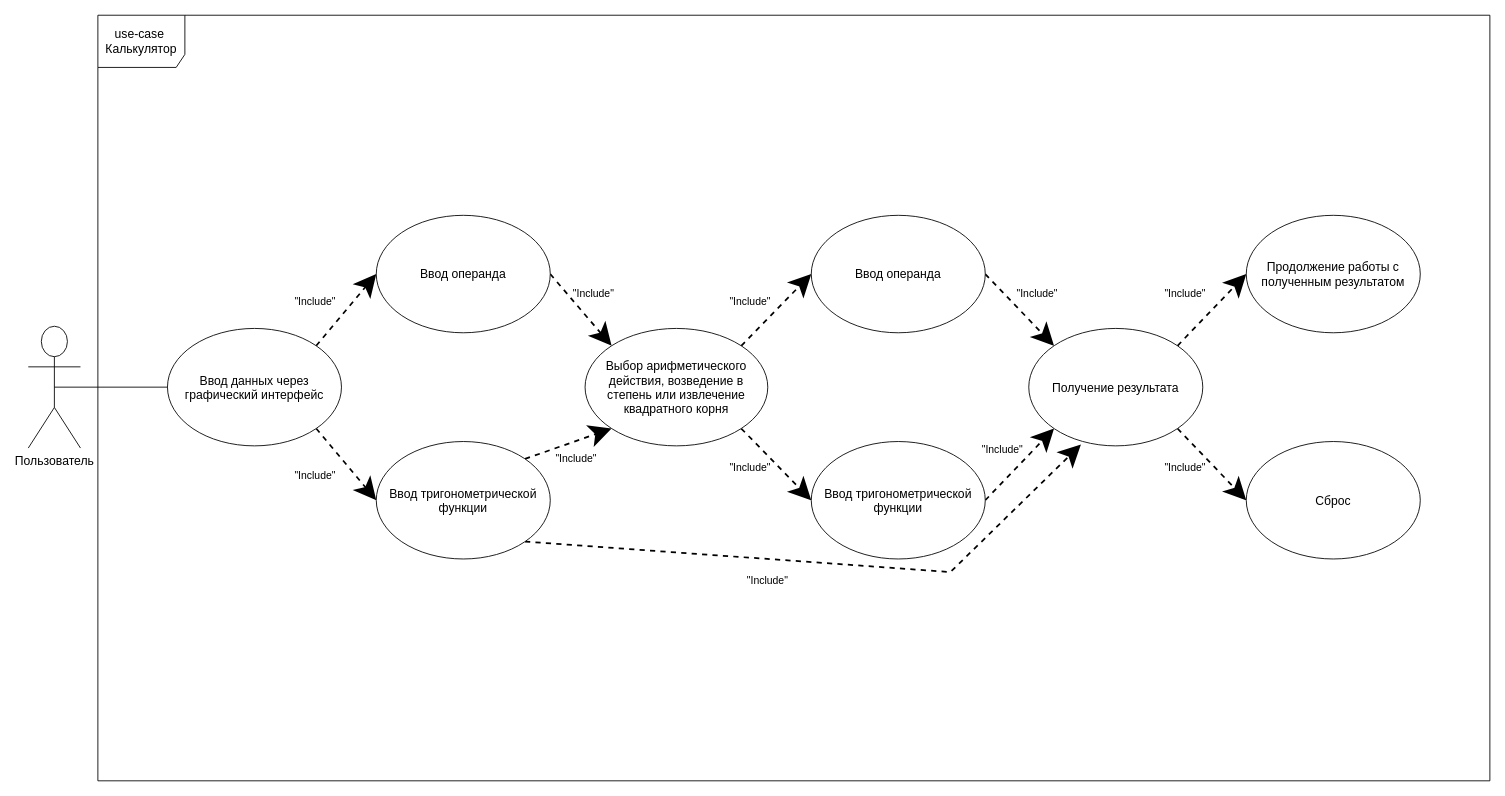
romankuz19/- keeps this draw.io diagram as Untitled Diagram.drawio. Above is the earlier version. Source tidied: cells renumbered, new cells numbered last; positions are measured from the earlier drawing's top-left corner, leaving out a move shared by most shapes. Both pictures are drawn from the tidied source at 87%, with x=0, y=0 at pixel (28, 15).
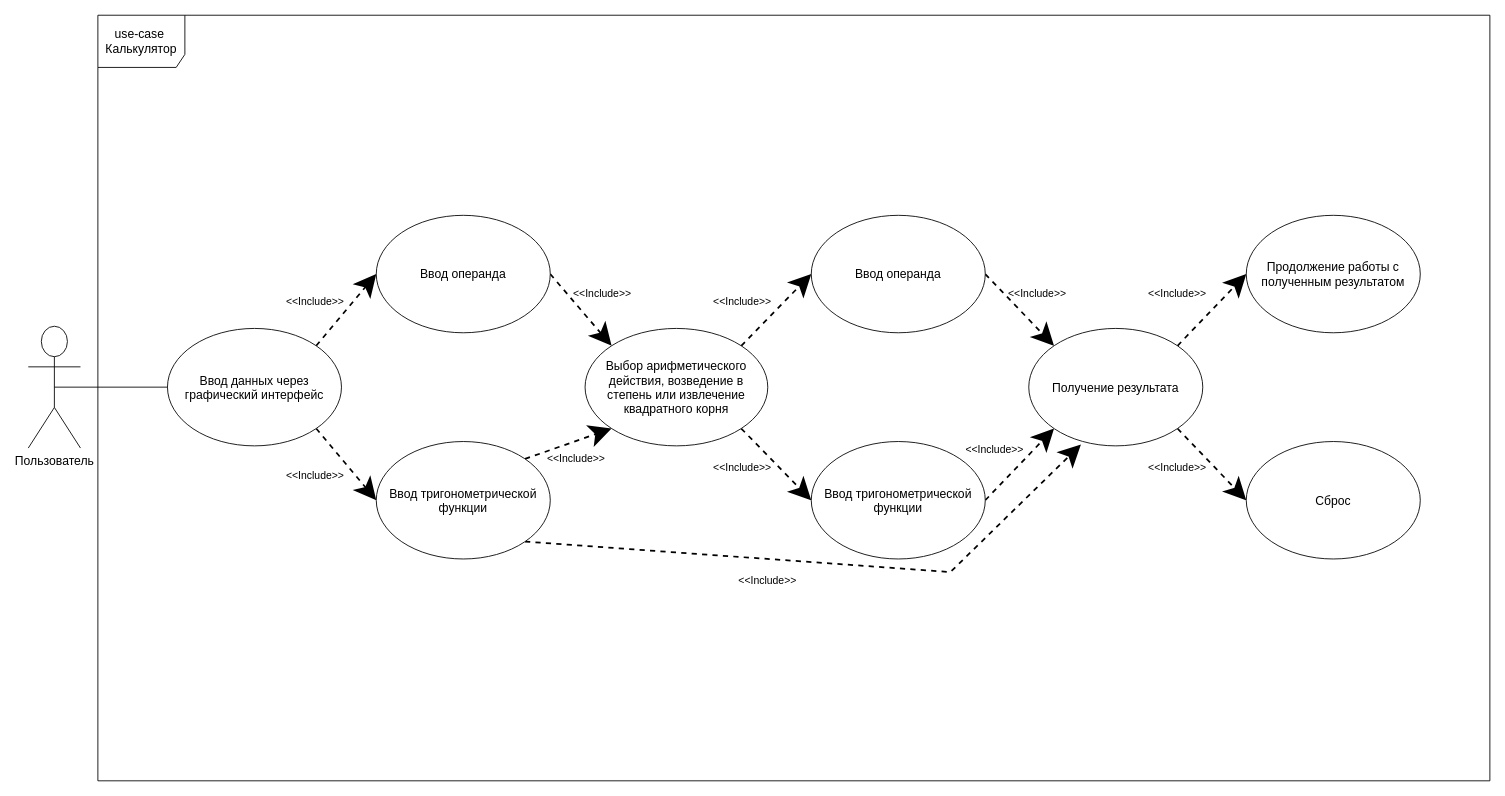
After the change.

Diff of the diagram source:
```diff
@@
-    <mxCell id="13" value="&quot;Include&quot;" style="text;html=1;strokeColor=none;fillColor=none;align=center;verticalAlign=middle;whiteSpace=wrap;rounded=0;shadow=0;" parent="1" vertex="1">
+    <mxCell id="13" value="&amp;lt;&amp;lt;Include&amp;gt;&amp;gt;" style="text;html=1;strokeColor=none;fillColor=none;align=center;verticalAlign=middle;whiteSpace=wrap;rounded=0;shadow=0;" parent="1" vertex="1">
       <mxGeometry x="310" y="320" width="40" height="20" as="geometry" />
     </mxCell>
-    <mxCell id="14" value="&quot;Include&quot;" style="text;html=1;strokeColor=none;fillColor=none;align=center;verticalAlign=middle;whiteSpace=wrap;rounded=0;shadow=0;" parent="1" vertex="1">
+    <mxCell id="14" value="&amp;lt;&amp;lt;Include&amp;gt;&amp;gt;" style="text;html=1;strokeColor=none;fillColor=none;align=center;verticalAlign=middle;whiteSpace=wrap;rounded=0;shadow=0;" parent="1" vertex="1">
       <mxGeometry x="310" y="520" width="40" height="20" as="geometry" />
     </mxCell>
@@
-    <mxCell id="27" value="&quot;Include&quot;" style="text;html=1;strokeColor=none;fillColor=none;align=center;verticalAlign=middle;whiteSpace=wrap;rounded=0;shadow=0;" parent="1" vertex="1">
-      <mxGeometry x="630" y="310" width="40" height="20" as="geometry" />
+    <mxCell id="27" value="&amp;lt;&amp;lt;Include&amp;gt;&amp;gt;" style="text;html=1;strokeColor=none;fillColor=none;align=center;verticalAlign=middle;whiteSpace=wrap;rounded=0;shadow=0;" parent="1" vertex="1">
+      <mxGeometry x="640" y="310" width="40" height="20" as="geometry" />
     </mxCell>
-    <mxCell id="28" value="&quot;Include&quot;" style="text;html=1;strokeColor=none;fillColor=none;align=center;verticalAlign=middle;whiteSpace=wrap;rounded=0;shadow=0;" parent="1" vertex="1">
+    <mxCell id="28" value="&amp;lt;&amp;lt;Include&amp;gt;&amp;gt;" style="text;html=1;strokeColor=none;fillColor=none;align=center;verticalAlign=middle;whiteSpace=wrap;rounded=0;shadow=0;" parent="1" vertex="1">
       <mxGeometry x="610" y="500" width="40" height="20" as="geometry" />
     </mxCell>
-    <mxCell id="29" value="&quot;Include&quot;" style="text;html=1;strokeColor=none;fillColor=none;align=center;verticalAlign=middle;whiteSpace=wrap;rounded=0;shadow=0;" parent="1" vertex="1">
-      <mxGeometry x="810" y="320" width="40" height="20" as="geometry" />
+    <mxCell id="29" value="&amp;lt;&amp;lt;Include&amp;gt;&amp;gt;" style="text;html=1;strokeColor=none;fillColor=none;align=center;verticalAlign=middle;whiteSpace=wrap;rounded=0;shadow=0;" parent="1" vertex="1">
+      <mxGeometry x="801" y="320" width="40" height="20" as="geometry" />
     </mxCell>
-    <mxCell id="30" value="&quot;Include&quot;" style="text;html=1;strokeColor=none;fillColor=none;align=center;verticalAlign=middle;whiteSpace=wrap;rounded=0;shadow=0;" parent="1" vertex="1">
-      <mxGeometry x="810" y="510" width="40" height="20" as="geometry" />
+    <mxCell id="30" value="&amp;lt;&amp;lt;Include&amp;gt;&amp;gt;" style="text;html=1;strokeColor=none;fillColor=none;align=center;verticalAlign=middle;whiteSpace=wrap;rounded=0;shadow=0;" parent="1" vertex="1">
+      <mxGeometry x="801" y="510" width="40" height="20" as="geometry" />
     </mxCell>
-    <mxCell id="31" value="&quot;Include&quot;" style="text;html=1;strokeColor=none;fillColor=none;align=center;verticalAlign=middle;whiteSpace=wrap;rounded=0;shadow=0;" parent="1" vertex="1">
+    <mxCell id="31" value="&amp;lt;&amp;lt;Include&amp;gt;&amp;gt;" style="text;html=1;strokeColor=none;fillColor=none;align=center;verticalAlign=middle;whiteSpace=wrap;rounded=0;shadow=0;" parent="1" vertex="1">
       <mxGeometry x="1140" y="310" width="40" height="20" as="geometry" />
     </mxCell>
-    <mxCell id="32" value="&quot;Include&quot;" style="text;html=1;strokeColor=none;fillColor=none;align=center;verticalAlign=middle;whiteSpace=wrap;rounded=0;shadow=0;" parent="1" vertex="1">
-      <mxGeometry x="1100" y="490" width="40" height="20" as="geometry" />
+    <mxCell id="32" value="&amp;lt;&amp;lt;Include&amp;gt;&amp;gt;" style="text;html=1;strokeColor=none;fillColor=none;align=center;verticalAlign=middle;whiteSpace=wrap;rounded=0;shadow=0;" parent="1" vertex="1">
+      <mxGeometry x="1091" y="490" width="40" height="20" as="geometry" />
     </mxCell>
-    <mxCell id="33" value="&quot;Include&quot;" style="text;html=1;strokeColor=none;fillColor=none;align=center;verticalAlign=middle;whiteSpace=wrap;rounded=0;shadow=0;" parent="1" vertex="1">
+    <mxCell id="33" value="&amp;lt;&amp;lt;Include&amp;gt;&amp;gt;" style="text;html=1;strokeColor=none;fillColor=none;align=center;verticalAlign=middle;whiteSpace=wrap;rounded=0;shadow=0;" parent="1" vertex="1">
       <mxGeometry x="830" y="640" width="40" height="20" as="geometry" />
     </mxCell>
-    <mxCell id="34" value="&quot;Include&quot;" style="text;html=1;strokeColor=none;fillColor=none;align=center;verticalAlign=middle;whiteSpace=wrap;rounded=0;shadow=0;" parent="1" vertex="1">
-      <mxGeometry x="1310" y="310" width="40" height="20" as="geometry" />
+    <mxCell id="34" value="&amp;lt;&amp;lt;Include&amp;gt;&amp;gt;" style="text;html=1;strokeColor=none;fillColor=none;align=center;verticalAlign=middle;whiteSpace=wrap;rounded=0;shadow=0;" parent="1" vertex="1">
+      <mxGeometry x="1301" y="310" width="40" height="20" as="geometry" />
     </mxCell>
-    <mxCell id="35" value="&quot;Include&quot;" style="text;html=1;strokeColor=none;fillColor=none;align=center;verticalAlign=middle;whiteSpace=wrap;rounded=0;shadow=0;" parent="1" vertex="1">
-      <mxGeometry x="1310" y="510" width="40" height="20" as="geometry" />
+    <mxCell id="35" value="&amp;lt;&amp;lt;Include&amp;gt;&amp;gt;" style="text;html=1;strokeColor=none;fillColor=none;align=center;verticalAlign=middle;whiteSpace=wrap;rounded=0;shadow=0;" parent="1" vertex="1">
+      <mxGeometry x="1301" y="510" width="40" height="20" as="geometry" />
     </mxCell>
```
